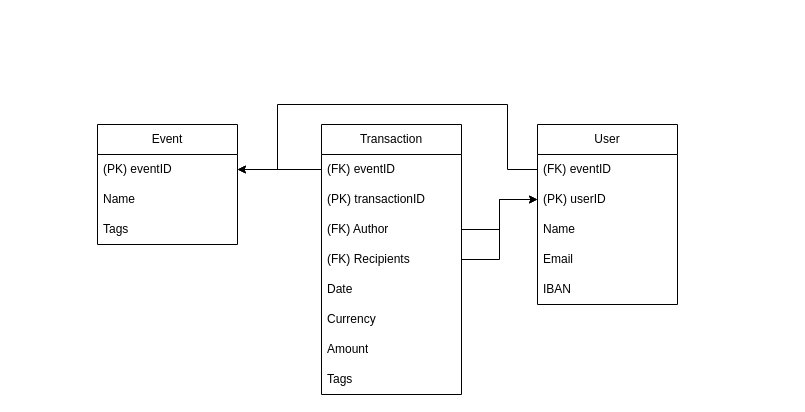
Before: page "Data Base" (2 of 2) of docs/FlowChart.drawio in catrinelamariei/fairshare-project, a draw.io diagram. Source tidied: cells renumbered, new cells numbered last; positions are measured from the earlier drawing's top-left corner, leaving out a move shared by most shapes. Both pictures are drawn from the tidied source at 100%, with x=0, y=0 at pixel (97, 104).
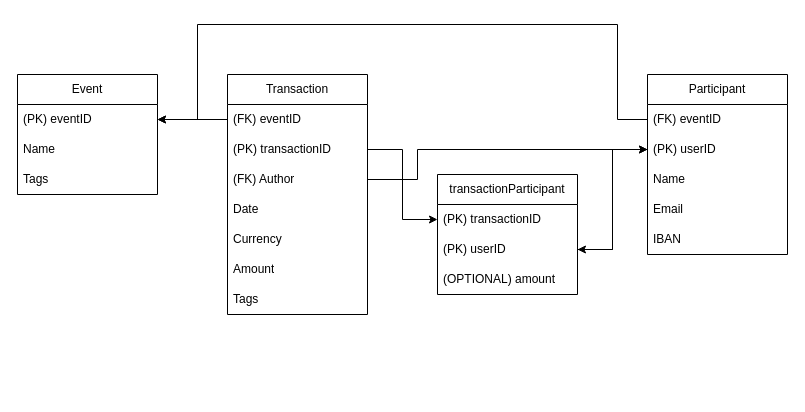
The same page after the edit.

The change refers to these unchanged cells:
```xml
<mxCell id="3" value="(FK) eventID" style="text;strokeColor=none;fillColor=none;align=left;verticalAlign=middle;spacingLeft=4;spacingRight=4;overflow=hidden;points=[[0,0.5],[1,0.5]];portConstraint=eastwest;whiteSpace=wrap;html=1;" parent="2" vertex="1">
  <mxGeometry y="30" width="140" height="30" as="geometry" />
</mxCell>
<mxCell id="4" value="(PK) transactionID" style="text;strokeColor=none;fillColor=none;align=left;verticalAlign=middle;spacingLeft=4;spacingRight=4;overflow=hidden;points=[[0,0.5],[1,0.5]];portConstraint=eastwest;whiteSpace=wrap;html=1;" parent="2" vertex="1">
  <mxGeometry y="60" width="140" height="30" as="geometry" />
</mxCell>
<mxCell id="5" value="(FK) Author" style="text;strokeColor=none;fillColor=none;align=left;verticalAlign=middle;spacingLeft=4;spacingRight=4;overflow=hidden;points=[[0,0.5],[1,0.5]];portConstraint=eastwest;whiteSpace=wrap;html=1;" parent="2" vertex="1">
  <mxGeometry y="90" width="140" height="30" as="geometry" />
</mxCell>
<mxCell id="12" value="(FK) eventID" style="text;strokeColor=none;fillColor=none;align=left;verticalAlign=middle;spacingLeft=4;spacingRight=4;overflow=hidden;points=[[0,0.5],[1,0.5]];portConstraint=eastwest;whiteSpace=wrap;html=1;" parent="11" vertex="1">
  <mxGeometry y="30" width="140" height="30" as="geometry" />
</mxCell>
<mxCell id="13" value="(PK) userID" style="text;strokeColor=none;fillColor=none;align=left;verticalAlign=middle;spacingLeft=4;spacingRight=4;overflow=hidden;points=[[0,0.5],[1,0.5]];portConstraint=eastwest;whiteSpace=wrap;html=1;" parent="11" vertex="1">
  <mxGeometry y="60" width="140" height="30" as="geometry" />
</mxCell>
<mxCell id="20" value="(PK) eventID" style="text;strokeColor=none;fillColor=none;align=left;verticalAlign=middle;spacingLeft=4;spacingRight=4;overflow=hidden;points=[[0,0.5],[1,0.5]];portConstraint=eastwest;whiteSpace=wrap;html=1;" parent="19" vertex="1">
  <mxGeometry y="30" width="140" height="30" as="geometry" />
</mxCell>
```

The edit, as a diff of the source:
```diff
@@
     <mxCell id="2" value="Transaction" style="swimlane;fontStyle=0;horizontal=1;startSize=30;whiteSpace=wrap;html=1;" parent="1" vertex="1">
-      <mxGeometry x="224" y="20" width="140" height="270" as="geometry" />
+      <mxGeometry x="130" y="-30" width="140" height="240" as="geometry" />
     </mxCell>
@@
-    <mxCell id="6" value="(FK) Recipients" style="text;strokeColor=none;fillColor=none;align=left;verticalAlign=middle;spacingLeft=4;spacingRight=4;overflow=hidden;points=[[0,0.5],[1,0.5]];portConstraint=eastwest;whiteSpace=wrap;html=1;" parent="2" vertex="1">
-      <mxGeometry y="120" width="140" height="30" as="geometry" />
-    </mxCell>
     <mxCell id="7" value="Date" style="text;strokeColor=none;fillColor=none;align=left;verticalAlign=middle;spacingLeft=4;spacingRight=4;overflow=hidden;whiteSpace=wrap;html=1;" parent="2" vertex="1">
-      <mxGeometry y="150" width="140" height="30" as="geometry" />
+      <mxGeometry y="120" width="140" height="30" as="geometry" />
     </mxCell>
     <mxCell id="8" value="Currency" style="text;strokeColor=none;fillColor=none;align=left;verticalAlign=middle;spacingLeft=4;spacingRight=4;overflow=hidden;whiteSpace=wrap;html=1;" parent="2" vertex="1">
-      <mxGeometry y="180" width="140" height="30" as="geometry" />
+      <mxGeometry y="150" width="140" height="30" as="geometry" />
     </mxCell>
     <mxCell id="9" value="Amount" style="text;strokeColor=none;fillColor=none;align=left;verticalAlign=middle;spacingLeft=4;spacingRight=4;overflow=hidden;whiteSpace=wrap;html=1;" parent="2" vertex="1">
-      <mxGeometry y="210" width="140" height="30" as="geometry" />
+      <mxGeometry y="180" width="140" height="30" as="geometry" />
     </mxCell>
     <mxCell id="10" value="Tags" style="text;strokeColor=none;fillColor=none;align=left;verticalAlign=middle;spacingLeft=4;spacingRight=4;overflow=hidden;whiteSpace=wrap;html=1;" parent="2" vertex="1">
-      <mxGeometry y="240" width="140" height="30" as="geometry" />
+      <mxGeometry y="210" width="140" height="30" as="geometry" />
     </mxCell>
-    <mxCell id="11" value="User" style="swimlane;fontStyle=0;horizontal=1;startSize=30;whiteSpace=wrap;html=1;" parent="1" vertex="1">
-      <mxGeometry x="440" y="20" width="140" height="180" as="geometry" />
+    <mxCell id="11" value="Participant" style="swimlane;fontStyle=0;horizontal=1;startSize=30;whiteSpace=wrap;html=1;" parent="1" vertex="1">
+      <mxGeometry x="550" y="-30" width="140" height="180" as="geometry" />
     </mxCell>
@@
-    <mxCell id="17" style="edgeStyle=orthogonalEdgeStyle;rounded=0;jettySize=auto;html=1;entryX=0;entryY=0.5;entryDx=0;entryDy=0;" parent="1" edge="1" source="5" target="13">
-      <mxGeometry relative="1" as="geometry" />
-    </mxCell>
-    <mxCell id="18" style="edgeStyle=orthogonalEdgeStyle;rounded=0;jettySize=auto;html=1;entryX=0;entryY=0.5;entryDx=0;entryDy=0;" parent="1" edge="1" source="6" target="13">
-      <mxGeometry relative="1" as="geometry" />
-    </mxCell>
     <mxCell id="19" value="Event" style="swimlane;fontStyle=0;horizontal=1;startSize=30;whiteSpace=wrap;html=1;" parent="1" vertex="1">
-      <mxGeometry y="20" width="140" height="120" as="geometry" />
+      <mxGeometry x="-80" y="-30" width="140" height="120" as="geometry" />
     </mxCell>
@@
+    <mxCell id="25" value="transactionParticipant" style="swimlane;fontStyle=0;horizontal=1;startSize=30;whiteSpace=wrap;html=1;" parent="1" vertex="1">
+      <mxGeometry x="340" y="70" width="140" height="120" as="geometry" />
+    </mxCell>
+    <mxCell id="26" value="(PK) transactionID" style="text;strokeColor=none;fillColor=none;align=left;verticalAlign=middle;spacingLeft=4;spacingRight=4;overflow=hidden;points=[[0,0.5],[1,0.5]];portConstraint=eastwest;whiteSpace=wrap;html=1;" parent="25" vertex="1">
+      <mxGeometry y="30" width="140" height="30" as="geometry" />
+    </mxCell>
+    <mxCell id="27" value="(PK) userID" style="text;strokeColor=none;fillColor=none;align=left;verticalAlign=middle;spacingLeft=4;spacingRight=4;overflow=hidden;points=[[0,0.5],[1,0.5]];portConstraint=eastwest;whiteSpace=wrap;html=1;" parent="25" vertex="1">
+      <mxGeometry y="60" width="140" height="30" as="geometry" />
+    </mxCell>
+    <mxCell id="28" value="(OPTIONAL) amount" style="text;strokeColor=none;fillColor=none;align=left;verticalAlign=middle;spacingLeft=4;spacingRight=4;overflow=hidden;whiteSpace=wrap;html=1;" parent="25" vertex="1">
+      <mxGeometry y="90" width="140" height="30" as="geometry" />
+    </mxCell>
-    <mxCell id="23" style="edgeStyle=orthogonalEdgeStyle;rounded=0;jettySize=auto;html=1;entryX=1;entryY=0.5;entryDx=0;entryDy=0;" parent="1" edge="1" source="3" target="20">
+    <mxCell id="23" style="edgeStyle=orthogonalEdgeStyle;rounded=0;jettySize=auto;html=1;" parent="1" edge="1" source="3" target="20">
       <mxGeometry relative="1" as="geometry" />
     </mxCell>
-    <mxCell id="24" style="edgeStyle=orthogonalEdgeStyle;rounded=0;jettySize=auto;html=1;entryX=1;entryY=0.5;entryDx=0;entryDy=0;" parent="1" edge="1" source="12" target="20">
+    <mxCell id="24" style="edgeStyle=orthogonalEdgeStyle;rounded=0;jettySize=auto;html=1;" parent="1" edge="1" source="12" target="20">
       <mxGeometry relative="1" as="geometry">
         <Array as="points">
-          <mxPoint x="410" y="65" />
-          <mxPoint x="410" />
-          <mxPoint x="180" />
-          <mxPoint x="180" y="65" />
+          <mxPoint x="520" y="15" />
+          <mxPoint x="520" y="-80" />
+          <mxPoint x="100" y="-80" />
+          <mxPoint x="100" y="15" />
         </Array>
       </mxGeometry>
     </mxCell>
+    <mxCell id="29" style="edgeStyle=orthogonalEdgeStyle;rounded=0;jettySize=auto;html=1;" parent="1" edge="1" source="4" target="26">
+      <mxGeometry relative="1" as="geometry" />
+    </mxCell>
+    <mxCell id="30" style="edgeStyle=orthogonalEdgeStyle;rounded=0;jettySize=auto;html=1;" parent="1" edge="1" source="13" target="27">
+      <mxGeometry relative="1" as="geometry" />
+    </mxCell>
+    <mxCell id="31" style="edgeStyle=orthogonalEdgeStyle;rounded=0;jettySize=auto;html=1;entryX=0;entryY=0.5;entryDx=0;entryDy=0;" parent="1" edge="1" source="27" target="13">
+      <mxGeometry relative="1" as="geometry" />
+    </mxCell>
+    <mxCell id="17" style="edgeStyle=orthogonalEdgeStyle;rounded=0;jettySize=auto;html=1;entryX=0;entryY=0.5;entryDx=0;entryDy=0;" parent="1" edge="1" source="5" target="13">
+      <mxGeometry relative="1" as="geometry">
+        <Array as="points">
+          <mxPoint x="320" y="75" />
+          <mxPoint x="320" y="45" />
+        </Array>
+      </mxGeometry>
+    </mxCell>
```
